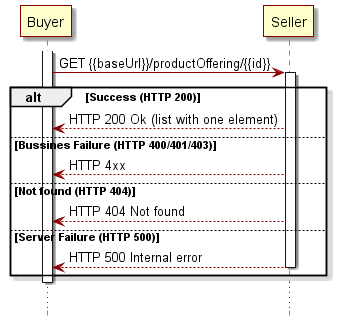
Earlier version of the PlantUML export documentation/productApi/catalog/media/retrieveProductOfferingById-seqFlow.png (MEF-GIT/MEF-LSO-Sonata-SDK).
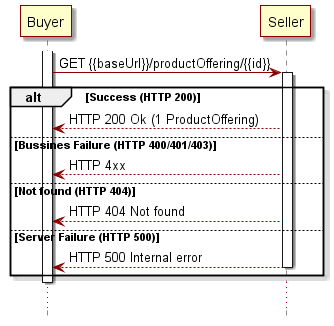
After the change.

Change to the diagram source:
```diff
@@ -25,7 +25,7 @@
 activate b
 b -> s++: GET {{baseUrl}}/productOffering/{{id}}
 alt Success (HTTP 200)
-b <-- s: HTTP 200 Ok (list with one element)
+b <-- s: HTTP 200 Ok (1 ProductOffering)
 else Bussines Failure (HTTP 400/401/403)
 b <-- s: HTTP 4xx
 else Not found (HTTP 404)
```
